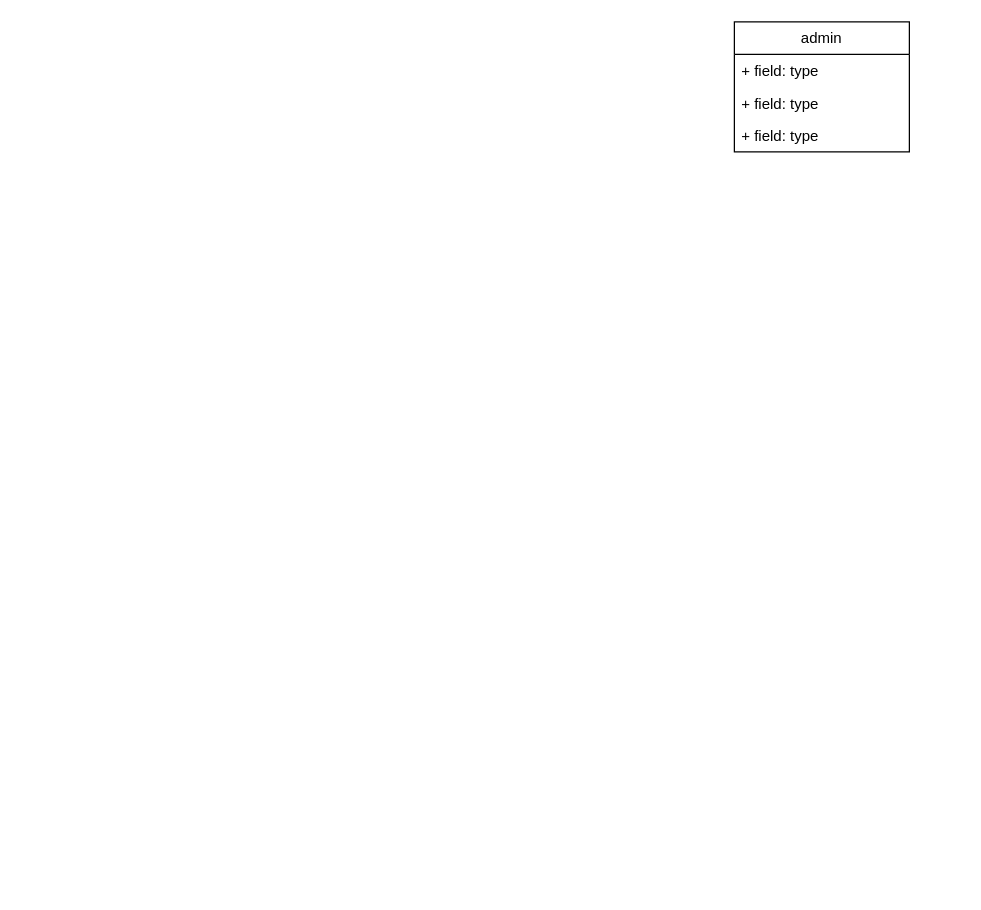
Earlier version of the draw.io diagram Diagramme sans nom.drawio (IBRA-oub/CineManager). Source tidied: cells renumbered, new cells numbered last; positions are measured from the earlier drawing's top-left corner, leaving out a move shared by most shapes. Both pictures are drawn from the tidied source at 125%, with x=0, y=0 at pixel (734, 21).
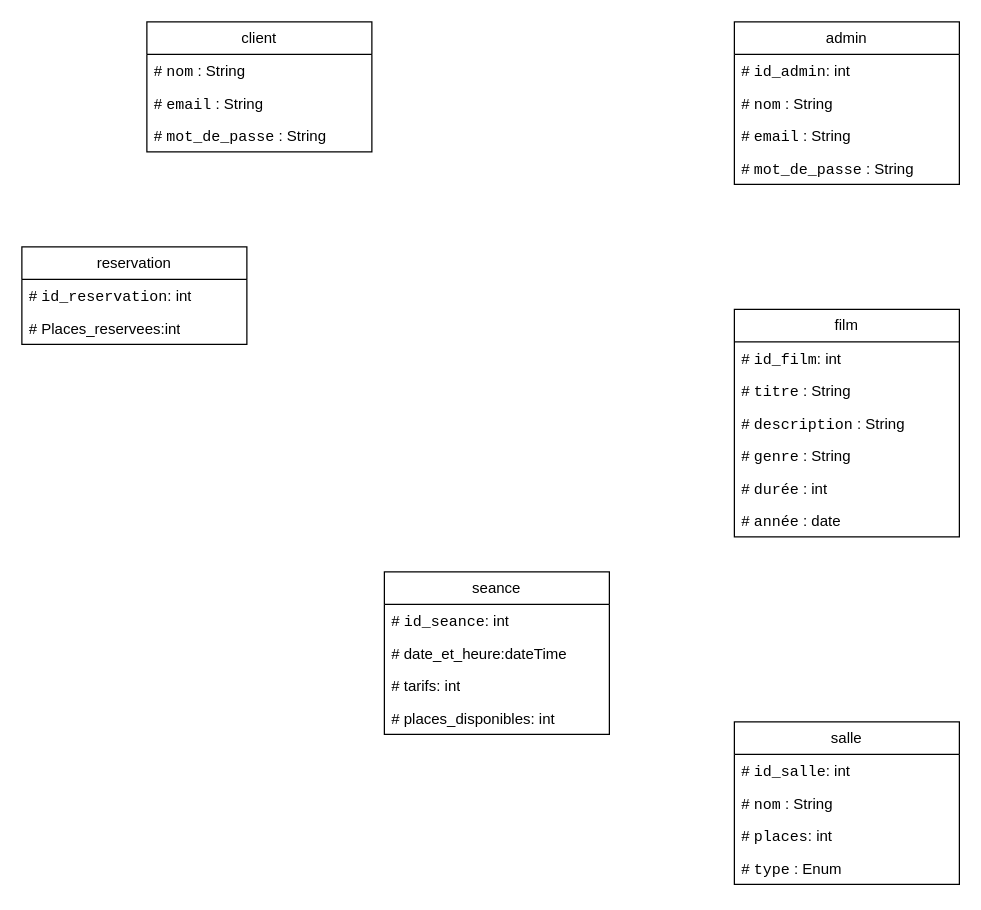
The same page after the edit.

Diff of the diagram source:
```diff
@@
     <mxCell id="2" value="admin" style="swimlane;fontStyle=0;horizontal=1;startSize=26;fillColor=none;whiteSpace=wrap;html=1;" parent="1" vertex="1">
-      <mxGeometry width="140" height="104" as="geometry" />
+      <mxGeometry width="180" height="130" as="geometry" />
     </mxCell>
+    <mxCell id="6" value="# &lt;font face=&quot;monospace&quot;&gt;id_admin&lt;/font&gt;: int" style="text;strokeColor=none;fillColor=none;align=left;verticalAlign=top;spacingLeft=4;spacingRight=4;overflow=hidden;whiteSpace=wrap;html=1;" parent="2" vertex="1">
+      <mxGeometry y="26" width="180" height="26" as="geometry" />
+    </mxCell>
-    <mxCell id="3" value="+ field: type" style="text;strokeColor=none;fillColor=none;align=left;verticalAlign=top;spacingLeft=4;spacingRight=4;overflow=hidden;whiteSpace=wrap;html=1;" parent="2" vertex="1">
-      <mxGeometry y="26" width="140" height="26" as="geometry" />
+    <mxCell id="3" value="#&amp;nbsp;&lt;code&gt;nom&lt;/code&gt; : String" style="text;strokeColor=none;fillColor=none;align=left;verticalAlign=top;spacingLeft=4;spacingRight=4;overflow=hidden;whiteSpace=wrap;html=1;" parent="2" vertex="1">
+      <mxGeometry y="52" width="180" height="26" as="geometry" />
     </mxCell>
-    <mxCell id="4" value="+ field: type" style="text;strokeColor=none;fillColor=none;align=left;verticalAlign=top;spacingLeft=4;spacingRight=4;overflow=hidden;whiteSpace=wrap;html=1;" parent="2" vertex="1">
-      <mxGeometry y="52" width="140" height="26" as="geometry" />
+    <mxCell id="4" value="#&amp;nbsp;&lt;code&gt;email&lt;/code&gt; : String" style="text;strokeColor=none;fillColor=none;align=left;verticalAlign=top;spacingLeft=4;spacingRight=4;overflow=hidden;whiteSpace=wrap;html=1;" parent="2" vertex="1">
+      <mxGeometry y="78" width="180" height="26" as="geometry" />
     </mxCell>
-    <mxCell id="5" value="+ field: type" style="text;strokeColor=none;fillColor=none;align=left;verticalAlign=top;spacingLeft=4;spacingRight=4;overflow=hidden;whiteSpace=wrap;html=1;" parent="2" vertex="1">
-      <mxGeometry y="78" width="140" height="26" as="geometry" />
+    <mxCell id="5" value="#&amp;nbsp;&lt;code&gt;mot_de_passe&lt;/code&gt; : String" style="text;strokeColor=none;fillColor=none;align=left;verticalAlign=top;spacingLeft=4;spacingRight=4;overflow=hidden;whiteSpace=wrap;html=1;" parent="2" vertex="1">
+      <mxGeometry y="104" width="180" height="26" as="geometry" />
     </mxCell>
+    <mxCell id="7" value="client" style="swimlane;fontStyle=0;horizontal=1;startSize=26;fillColor=none;whiteSpace=wrap;html=1;" parent="1" vertex="1">
+      <mxGeometry x="-470" width="180" height="104" as="geometry" />
+    </mxCell>
+    <mxCell id="8" value="#&amp;nbsp;&lt;code&gt;nom&lt;/code&gt; : String" style="text;strokeColor=none;fillColor=none;align=left;verticalAlign=top;spacingLeft=4;spacingRight=4;overflow=hidden;whiteSpace=wrap;html=1;" parent="7" vertex="1">
+      <mxGeometry y="26" width="180" height="26" as="geometry" />
+    </mxCell>
+    <mxCell id="9" value="#&amp;nbsp;&lt;code&gt;email&lt;/code&gt; : String" style="text;strokeColor=none;fillColor=none;align=left;verticalAlign=top;spacingLeft=4;spacingRight=4;overflow=hidden;whiteSpace=wrap;html=1;" parent="7" vertex="1">
+      <mxGeometry y="52" width="180" height="26" as="geometry" />
+    </mxCell>
+    <mxCell id="10" value="#&amp;nbsp;&lt;code&gt;mot_de_passe&lt;/code&gt; : String" style="text;strokeColor=none;fillColor=none;align=left;verticalAlign=top;spacingLeft=4;spacingRight=4;overflow=hidden;whiteSpace=wrap;html=1;" parent="7" vertex="1">
+      <mxGeometry y="78" width="180" height="26" as="geometry" />
+    </mxCell>
+    <mxCell id="11" value="film" style="swimlane;fontStyle=0;horizontal=1;startSize=26;fillColor=none;whiteSpace=wrap;html=1;" parent="1" vertex="1">
+      <mxGeometry y="230" width="180" height="182" as="geometry" />
+    </mxCell>
+    <mxCell id="12" value="# &lt;font face=&quot;monospace&quot;&gt;id_film&lt;/font&gt;: int" style="text;strokeColor=none;fillColor=none;align=left;verticalAlign=top;spacingLeft=4;spacingRight=4;overflow=hidden;whiteSpace=wrap;html=1;" parent="11" vertex="1">
+      <mxGeometry y="26" width="180" height="26" as="geometry" />
+    </mxCell>
+    <mxCell id="13" value="#&amp;nbsp;&lt;code&gt;titre&lt;/code&gt; : String" style="text;strokeColor=none;fillColor=none;align=left;verticalAlign=top;spacingLeft=4;spacingRight=4;overflow=hidden;whiteSpace=wrap;html=1;" parent="11" vertex="1">
+      <mxGeometry y="52" width="180" height="26" as="geometry" />
+    </mxCell>
+    <mxCell id="14" value="#&amp;nbsp;&lt;code&gt;description&lt;/code&gt; : String" style="text;strokeColor=none;fillColor=none;align=left;verticalAlign=top;spacingLeft=4;spacingRight=4;overflow=hidden;whiteSpace=wrap;html=1;" parent="11" vertex="1">
+      <mxGeometry y="78" width="180" height="26" as="geometry" />
+    </mxCell>
+    <mxCell id="15" value="#&amp;nbsp;&lt;code&gt;genre&lt;/code&gt; : String" style="text;strokeColor=none;fillColor=none;align=left;verticalAlign=top;spacingLeft=4;spacingRight=4;overflow=hidden;whiteSpace=wrap;html=1;" parent="11" vertex="1">
+      <mxGeometry y="104" width="180" height="26" as="geometry" />
+    </mxCell>
+    <mxCell id="16" value="#&amp;nbsp;&lt;code&gt;durée&lt;/code&gt; : int" style="text;strokeColor=none;fillColor=none;align=left;verticalAlign=top;spacingLeft=4;spacingRight=4;overflow=hidden;whiteSpace=wrap;html=1;" parent="11" vertex="1">
+      <mxGeometry y="130" width="180" height="26" as="geometry" />
+    </mxCell>
+    <mxCell id="17" value="#&amp;nbsp;&lt;code&gt;année&lt;/code&gt; : date" style="text;strokeColor=none;fillColor=none;align=left;verticalAlign=top;spacingLeft=4;spacingRight=4;overflow=hidden;whiteSpace=wrap;html=1;" parent="11" vertex="1">
+      <mxGeometry y="156" width="180" height="26" as="geometry" />
+    </mxCell>
+    <mxCell id="18" value="salle" style="swimlane;fontStyle=0;horizontal=1;startSize=26;fillColor=none;whiteSpace=wrap;html=1;" parent="1" vertex="1">
+      <mxGeometry y="560" width="180" height="130" as="geometry" />
+    </mxCell>
+    <mxCell id="19" value="# &lt;font face=&quot;monospace&quot;&gt;id_salle&lt;/font&gt;: int" style="text;strokeColor=none;fillColor=none;align=left;verticalAlign=top;spacingLeft=4;spacingRight=4;overflow=hidden;whiteSpace=wrap;html=1;" parent="18" vertex="1">
+      <mxGeometry y="26" width="180" height="26" as="geometry" />
+    </mxCell>
+    <mxCell id="20" value="#&amp;nbsp;&lt;code&gt;nom&lt;/code&gt; : String" style="text;strokeColor=none;fillColor=none;align=left;verticalAlign=top;spacingLeft=4;spacingRight=4;overflow=hidden;whiteSpace=wrap;html=1;" parent="18" vertex="1">
+      <mxGeometry y="52" width="180" height="26" as="geometry" />
+    </mxCell>
+    <mxCell id="21" value="# &lt;font face=&quot;monospace&quot;&gt;places&lt;/font&gt;: int" style="text;strokeColor=none;fillColor=none;align=left;verticalAlign=top;spacingLeft=4;spacingRight=4;overflow=hidden;whiteSpace=wrap;html=1;" parent="18" vertex="1">
+      <mxGeometry y="78" width="180" height="26" as="geometry" />
+    </mxCell>
+    <mxCell id="22" value="#&amp;nbsp;&lt;code&gt;type&lt;/code&gt; : Enum&amp;nbsp;" style="text;strokeColor=none;fillColor=none;align=left;verticalAlign=top;spacingLeft=4;spacingRight=4;overflow=hidden;whiteSpace=wrap;html=1;" parent="18" vertex="1">
+      <mxGeometry y="104" width="180" height="26" as="geometry" />
+    </mxCell>
+    <mxCell id="23" value="seance" style="swimlane;fontStyle=0;horizontal=1;startSize=26;fillColor=none;whiteSpace=wrap;html=1;" parent="1" vertex="1">
+      <mxGeometry x="-280" y="440" width="180" height="130" as="geometry" />
+    </mxCell>
+    <mxCell id="24" value="# &lt;font face=&quot;monospace&quot;&gt;id_seance&lt;/font&gt;: int" style="text;strokeColor=none;fillColor=none;align=left;verticalAlign=top;spacingLeft=4;spacingRight=4;overflow=hidden;whiteSpace=wrap;html=1;" parent="23" vertex="1">
+      <mxGeometry y="26" width="180" height="26" as="geometry" />
+    </mxCell>
+    <mxCell id="25" value="# date_et_heure:dateTime" style="text;strokeColor=none;fillColor=none;align=left;verticalAlign=top;spacingLeft=4;spacingRight=4;overflow=hidden;whiteSpace=wrap;html=1;" parent="23" vertex="1">
+      <mxGeometry y="52" width="180" height="26" as="geometry" />
+    </mxCell>
+    <mxCell id="26" value="# tarifs: int" style="text;strokeColor=none;fillColor=none;align=left;verticalAlign=top;spacingLeft=4;spacingRight=4;overflow=hidden;whiteSpace=wrap;html=1;" parent="23" vertex="1">
+      <mxGeometry y="78" width="180" height="26" as="geometry" />
+    </mxCell>
+    <mxCell id="27" value="# places_disponibles: int" style="text;strokeColor=none;fillColor=none;align=left;verticalAlign=top;spacingLeft=4;spacingRight=4;overflow=hidden;whiteSpace=wrap;html=1;" parent="23" vertex="1">
+      <mxGeometry y="104" width="180" height="26" as="geometry" />
+    </mxCell>
+    <mxCell id="28" value="reservation" style="swimlane;fontStyle=0;horizontal=1;startSize=26;fillColor=none;whiteSpace=wrap;html=1;" parent="1" vertex="1">
+      <mxGeometry x="-570" y="180" width="180" height="78" as="geometry" />
+    </mxCell>
+    <mxCell id="29" value="# &lt;font face=&quot;monospace&quot;&gt;id_reservation&lt;/font&gt;: int" style="text;strokeColor=none;fillColor=none;align=left;verticalAlign=top;spacingLeft=4;spacingRight=4;overflow=hidden;whiteSpace=wrap;html=1;" parent="28" vertex="1">
+      <mxGeometry y="26" width="180" height="26" as="geometry" />
+    </mxCell>
+    <mxCell id="30" value="# Places_reservees:int" style="text;strokeColor=none;fillColor=none;align=left;verticalAlign=top;spacingLeft=4;spacingRight=4;overflow=hidden;whiteSpace=wrap;html=1;" parent="28" vertex="1">
+      <mxGeometry y="52" width="180" height="26" as="geometry" />
+    </mxCell>
```
